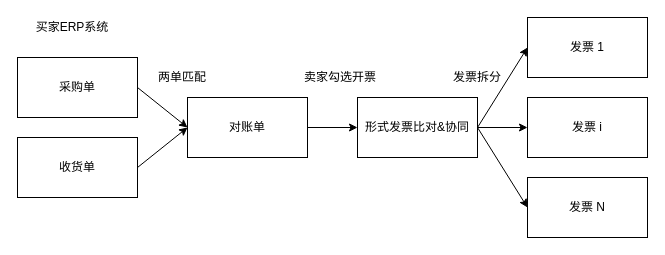
Earlier version of the draw.io diagram 解决方案.drawio (Robbie-Han/graduation-thesis). Source tidied: cells renumbered, new cells numbered last; positions are measured from the earlier drawing's top-left corner, leaving out a move shared by most shapes. Both pictures are drawn from the tidied source at 100%, with x=0, y=0 at pixel (17, 17).
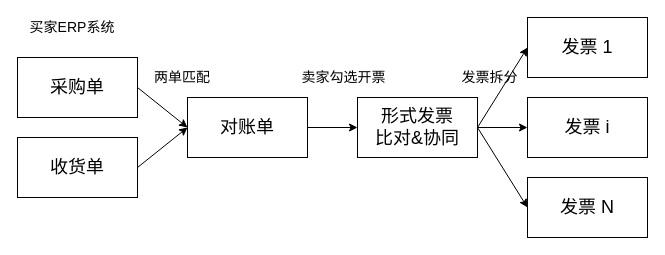
The same diagram, later.

Commit message (it also covers changes not shown here):
更新解决方案.drawio

Diff of the diagram source:
```diff
@@
 <mxGraphModel>
   <root>
     <mxCell id="0" />
     <mxCell id="1" parent="0" />
     <mxCell id="2" style="rounded=0;jettySize=auto;html=1;exitX=1;exitY=0.5;exitDx=0;exitDy=0;entryX=0;entryY=0.5;entryDx=0;entryDy=0;" parent="1" edge="1" source="3" target="7">
       <mxGeometry relative="1" as="geometry" />
     </mxCell>
-    <mxCell id="3" value="采购单" style="rounded=0;whiteSpace=wrap;html=1;" parent="1" vertex="1">
+    <mxCell id="3" value="&lt;font style=&quot;font-size: 18px&quot;&gt;采购单&lt;/font&gt;" style="rounded=0;whiteSpace=wrap;html=1;" parent="1" vertex="1">
       <mxGeometry y="40" width="120" height="60" as="geometry" />
     </mxCell>
     <mxCell id="4" style="edgeStyle=none;rounded=0;jettySize=auto;html=1;exitX=1;exitY=0.5;exitDx=0;exitDy=0;entryX=0;entryY=0.5;entryDx=0;entryDy=0;" parent="1" edge="1" source="5" target="7">
       <mxGeometry relative="1" as="geometry" />
     </mxCell>
-    <mxCell id="5" value="收货单" style="rounded=0;whiteSpace=wrap;html=1;" parent="1" vertex="1">
+    <mxCell id="5" value="&lt;font style=&quot;font-size: 18px&quot;&gt;收货单&lt;/font&gt;" style="rounded=0;whiteSpace=wrap;html=1;" parent="1" vertex="1">
       <mxGeometry y="120" width="120" height="60" as="geometry" />
     </mxCell>
     <mxCell id="6" style="edgeStyle=none;rounded=0;jettySize=auto;html=1;exitX=1;exitY=0.5;exitDx=0;exitDy=0;entryX=0;entryY=0.5;entryDx=0;entryDy=0;" parent="1" edge="1" source="7" target="12">
       <mxGeometry relative="1" as="geometry" />
     </mxCell>
-    <mxCell id="7" value="对账单" style="rounded=0;whiteSpace=wrap;html=1;" parent="1" vertex="1">
+    <mxCell id="7" value="&lt;font style=&quot;font-size: 18px&quot;&gt;对账单&lt;/font&gt;" style="rounded=0;whiteSpace=wrap;html=1;" parent="1" vertex="1">
       <mxGeometry x="170" y="80" width="120" height="60" as="geometry" />
     </mxCell>
-    <mxCell id="8" value="买家ERP系统" style="text;html=1;strokeColor=none;fillColor=none;align=center;verticalAlign=middle;whiteSpace=wrap;rounded=0;" parent="1" vertex="1">
+    <mxCell id="8" value="&lt;font style=&quot;font-size: 14px&quot;&gt;买家ERP系统&lt;/font&gt;" style="text;html=1;strokeColor=none;fillColor=none;align=center;verticalAlign=middle;whiteSpace=wrap;rounded=0;" parent="1" vertex="1">
       <mxGeometry x="10" width="90" height="20" as="geometry" />
     </mxCell>
     <mxCell id="9" style="edgeStyle=none;rounded=0;jettySize=auto;html=1;exitX=1;exitY=0.5;exitDx=0;exitDy=0;entryX=0;entryY=0.5;entryDx=0;entryDy=0;" parent="1" edge="1" source="12" target="15">
       <mxGeometry relative="1" as="geometry" />
     </mxCell>
     <mxCell id="10" style="edgeStyle=none;rounded=0;jettySize=auto;html=1;exitX=1;exitY=0.5;exitDx=0;exitDy=0;" parent="1" edge="1" source="12" target="16">
       <mxGeometry relative="1" as="geometry" />
     </mxCell>
     <mxCell id="11" style="edgeStyle=none;rounded=0;jettySize=auto;html=1;exitX=1;exitY=0.5;exitDx=0;exitDy=0;entryX=0;entryY=0.5;entryDx=0;entryDy=0;" parent="1" edge="1" source="12" target="17">
       <mxGeometry relative="1" as="geometry" />
     </mxCell>
-    <mxCell id="12" value="形式发票比对&amp;amp;协同" style="rounded=0;whiteSpace=wrap;html=1;" parent="1" vertex="1">
+    <mxCell id="12" value="&lt;font style=&quot;font-size: 18px&quot;&gt;形式发票&lt;br&gt;比对&amp;amp;协同&lt;/font&gt;" style="rounded=0;whiteSpace=wrap;html=1;" parent="1" vertex="1">
       <mxGeometry x="340" y="80" width="120" height="60" as="geometry" />
     </mxCell>
-    <mxCell id="13" value="两单匹配" style="text;html=1;strokeColor=none;fillColor=none;align=center;verticalAlign=middle;whiteSpace=wrap;rounded=0;" parent="1" vertex="1">
+    <mxCell id="13" value="&lt;font style=&quot;font-size: 14px&quot;&gt;两单匹配&lt;/font&gt;" style="text;html=1;strokeColor=none;fillColor=none;align=center;verticalAlign=middle;whiteSpace=wrap;rounded=0;" parent="1" vertex="1">
       <mxGeometry x="130" y="50" width="70" height="20" as="geometry" />
     </mxCell>
-    <mxCell id="14" value="卖家勾选开票" style="text;html=1;strokeColor=none;fillColor=none;align=center;verticalAlign=middle;whiteSpace=wrap;rounded=0;" parent="1" vertex="1">
-      <mxGeometry x="283" y="50" width="80" height="20" as="geometry" />
+    <mxCell id="14" value="&lt;font style=&quot;font-size: 14px&quot;&gt;卖家勾选开票&lt;/font&gt;" style="text;html=1;strokeColor=none;fillColor=none;align=center;verticalAlign=middle;whiteSpace=wrap;rounded=0;" parent="1" vertex="1">
+      <mxGeometry x="283" y="50" width="87" height="20" as="geometry" />
     </mxCell>
-    <mxCell id="15" value="发票 1" style="rounded=0;whiteSpace=wrap;html=1;" parent="1" vertex="1">
+    <mxCell id="15" value="&lt;font style=&quot;font-size: 18px&quot;&gt;发票 1&lt;/font&gt;" style="rounded=0;whiteSpace=wrap;html=1;" parent="1" vertex="1">
       <mxGeometry x="510" width="120" height="60" as="geometry" />
     </mxCell>
-    <mxCell id="16" value="发票 i" style="rounded=0;whiteSpace=wrap;html=1;" parent="1" vertex="1">
+    <mxCell id="16" value="&lt;font style=&quot;font-size: 18px&quot;&gt;发票 i&lt;/font&gt;" style="rounded=0;whiteSpace=wrap;html=1;" parent="1" vertex="1">
       <mxGeometry x="510" y="80" width="120" height="60" as="geometry" />
     </mxCell>
-    <mxCell id="17" value="发票 N" style="rounded=0;whiteSpace=wrap;html=1;" parent="1" vertex="1">
+    <mxCell id="17" value="&lt;font style=&quot;font-size: 18px&quot;&gt;发票 N&lt;/font&gt;" style="rounded=0;whiteSpace=wrap;html=1;" parent="1" vertex="1">
       <mxGeometry x="510" y="160" width="120" height="60" as="geometry" />
     </mxCell>
-    <mxCell id="18" value="发票拆分" style="text;html=1;strokeColor=none;fillColor=none;align=center;verticalAlign=middle;whiteSpace=wrap;rounded=0;" parent="1" vertex="1">
-      <mxGeometry x="435" y="50" width="50" height="20" as="geometry" />
+    <mxCell id="18" value="&lt;font style=&quot;font-size: 14px&quot;&gt;发票拆分&lt;/font&gt;" style="text;html=1;strokeColor=none;fillColor=none;align=center;verticalAlign=middle;whiteSpace=wrap;rounded=0;" parent="1" vertex="1">
+      <mxGeometry x="440" y="50" width="65" height="20" as="geometry" />
     </mxCell>
   </root>
 </mxGraphModel>
```
